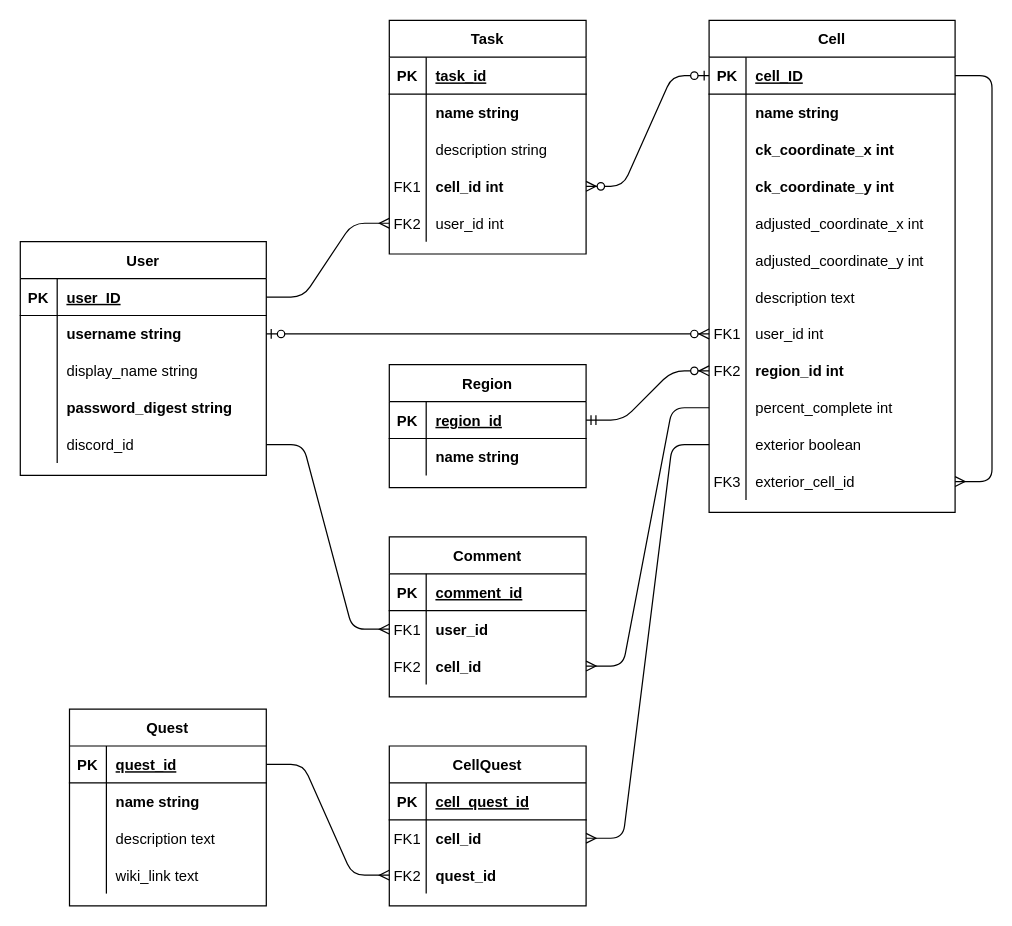
Above: CascadiaCellTracker.drawio in kingsley113/Phase3-Rails-Project-CascadiaCellMate (draw.io), before the change. Source tidied: cells renumbered, new cells numbered last; positions are measured from the earlier drawing's top-left corner, leaving out a move shared by most shapes. Both pictures are drawn from the tidied source at 123%, with x=0, y=0 at pixel (20, 20).
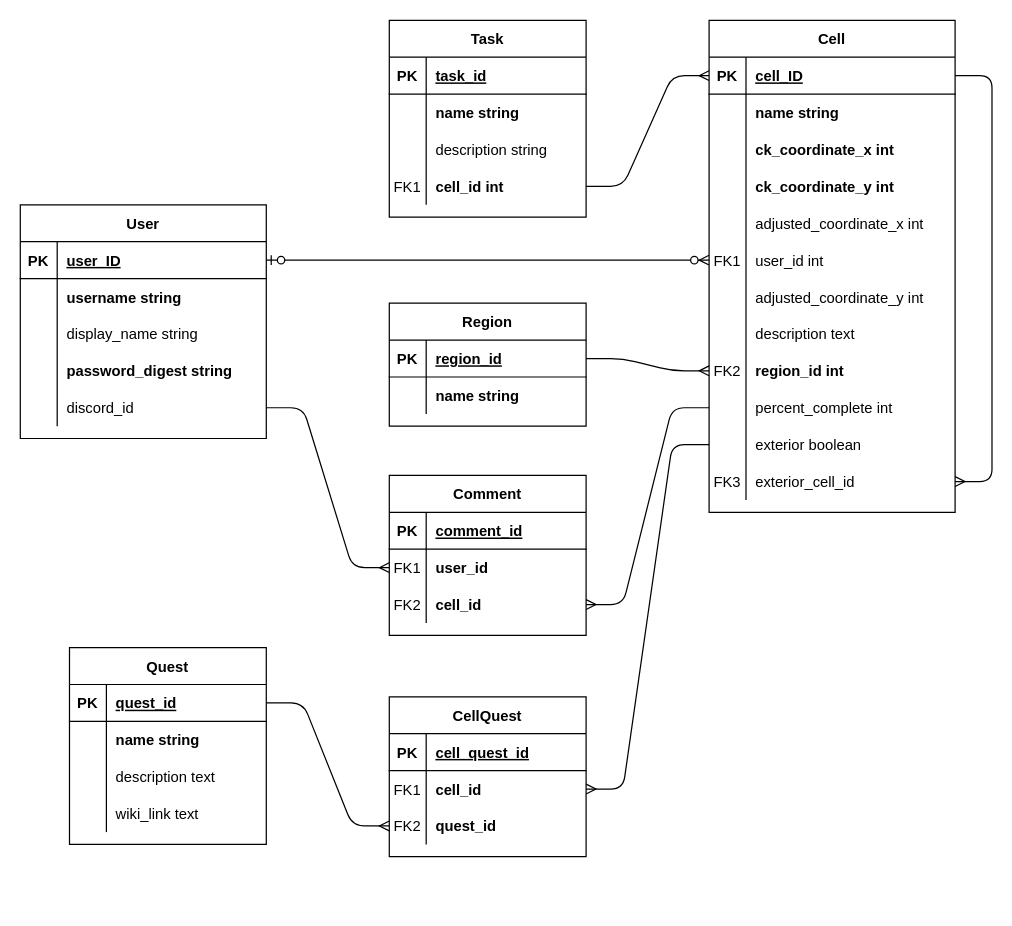
The same page after the edit.

The change refers to these unchanged cells:
```xml
<mxCell id="2" value="Cell" style="shape=table;startSize=30;childLayout=tableLayout;rowLines=0;fontStyle=1;align=center;" parent="1" vertex="1">
  <mxGeometry x="560" width="200" height="400" as="geometry" />
</mxCell>
<mxCell id="3" style="shape=partialRectangle;fillColor=none;points=[[0,0.5],[1,0.5]];portConstraint=eastwest;top=0;left=0;right=0;bottom=1;" parent="2" vertex="1">
  <mxGeometry y="30" width="200" height="30" as="geometry" />
</mxCell>
<mxCell id="27" style="shape=partialRectangle;fillColor=none;points=[[0,0.5],[1,0.5]];portConstraint=eastwest;top=0;left=0;right=0;bottom=0;" parent="2" vertex="1">
  <mxGeometry y="270" width="200" height="30" as="geometry" />
</mxCell>
<mxCell id="54" style="shape=partialRectangle;fillColor=none;points=[[0,0.5],[1,0.5]];portConstraint=eastwest;top=0;left=0;right=0;bottom=1;" parent="53" vertex="1">
  <mxGeometry y="30" width="200" height="30" as="geometry" />
</mxCell>
<mxCell id="57" style="shape=partialRectangle;fillColor=none;points=[[0,0.5],[1,0.5]];portConstraint=eastwest;top=0;left=0;right=0;bottom=0;" parent="53" vertex="1">
  <mxGeometry y="60" width="200" height="30" as="geometry" />
</mxCell>
<mxCell id="79" style="shape=partialRectangle;fillColor=none;points=[[0,0.5],[1,0.5]];portConstraint=eastwest;top=0;left=0;right=0;bottom=0;" parent="69" vertex="1">
  <mxGeometry y="120" width="160" height="30" as="geometry" />
</mxCell>
<mxCell id="96" style="shape=partialRectangle;fillColor=none;points=[[0,0.5],[1,0.5]];portConstraint=eastwest;top=0;left=0;right=0;bottom=1;" parent="95" vertex="1">
  <mxGeometry y="30" width="160" height="30" as="geometry" />
</mxCell>
```

What changed in the source:
```diff
@@
+    <mxCell id="24" style="shape=partialRectangle;fillColor=none;points=[[0,0.5],[1,0.5]];portConstraint=eastwest;top=0;left=0;right=0;bottom=0;" parent="2" vertex="1">
+      <mxGeometry y="180" width="200" height="30" as="geometry" />
+    </mxCell>
+    <mxCell id="25" value="FK1" style="shape=partialRectangle;overflow=hidden;fillColor=none;top=0;left=0;bottom=0;right=0;" parent="24" vertex="1">
+      <mxGeometry width="30" height="30" as="geometry" />
+    </mxCell>
+    <mxCell id="26" value="user_id int" style="shape=partialRectangle;overflow=hidden;fillColor=none;top=0;left=0;bottom=0;right=0;align=left;spacingLeft=6;" parent="24" vertex="1">
+      <mxGeometry x="30" width="170" height="30" as="geometry" />
+    </mxCell>
     <mxCell id="18" style="shape=partialRectangle;fillColor=none;top=0;left=0;right=0;bottom=0;" parent="2" vertex="1">
-      <mxGeometry y="180" width="200" height="30" as="geometry" />
+      <mxGeometry y="210" width="200" height="30" as="geometry" />
     </mxCell>
@@
     <mxCell id="21" style="shape=partialRectangle;fillColor=none;top=0;left=0;right=0;bottom=0;" parent="2" vertex="1">
-      <mxGeometry y="210" width="200" height="30" as="geometry" />
+      <mxGeometry y="240" width="200" height="30" as="geometry" />
     </mxCell>
@@
-    <mxCell id="24" style="shape=partialRectangle;fillColor=none;points=[[0,0.5],[1,0.5]];portConstraint=eastwest;top=0;left=0;right=0;bottom=0;" parent="2" vertex="1">
-      <mxGeometry y="240" width="200" height="30" as="geometry" />
-    </mxCell>
-    <mxCell id="25" value="FK1" style="shape=partialRectangle;overflow=hidden;fillColor=none;top=0;left=0;bottom=0;right=0;" parent="24" vertex="1">
-      <mxGeometry width="30" height="30" as="geometry" />
-    </mxCell>
-    <mxCell id="26" value="user_id int" style="shape=partialRectangle;overflow=hidden;fillColor=none;top=0;left=0;bottom=0;right=0;align=left;spacingLeft=6;" parent="24" vertex="1">
-      <mxGeometry x="30" width="170" height="30" as="geometry" />
-    </mxCell>
@@
     <mxCell id="40" value="Quest" style="shape=table;startSize=30;childLayout=tableLayout;rowLines=0;fontStyle=1;align=center;" parent="1" vertex="1">
-      <mxGeometry x="40" y="560" width="160" height="160" as="geometry" />
+      <mxGeometry x="40" y="510" width="160" height="160" as="geometry" />
     </mxCell>
@@
     <mxCell id="53" value="User" style="shape=table;startSize=30;childLayout=tableLayout;rowLines=0;fontStyle=1;align=center;" parent="1" vertex="1">
-      <mxGeometry y="180" width="200" height="190" as="geometry" />
+      <mxGeometry y="150" width="200" height="190" as="geometry" />
     </mxCell>
@@
     <mxCell id="69" value="Task" style="shape=table;startSize=30;childLayout=tableLayout;rowLines=0;fontStyle=1;align=center;" parent="1" vertex="1">
-      <mxGeometry x="300" width="160" height="190" as="geometry" />
+      <mxGeometry x="300" width="160" height="160" as="geometry" />
     </mxCell>
@@
-    <mxCell id="82" style="shape=partialRectangle;fillColor=none;points=[[0,0.5],[1,0.5]];portConstraint=eastwest;top=0;left=0;right=0;bottom=0;" parent="69" vertex="1">
-      <mxGeometry y="150" width="160" height="30" as="geometry" />
-    </mxCell>
-    <mxCell id="83" value="FK2" style="shape=partialRectangle;overflow=hidden;fillColor=none;top=0;left=0;bottom=0;right=0;" parent="82" vertex="1">
-      <mxGeometry width="30" height="30" as="geometry" />
-    </mxCell>
-    <mxCell id="84" value="user_id int" style="shape=partialRectangle;overflow=hidden;fillColor=none;top=0;left=0;bottom=0;right=0;align=left;spacingLeft=6;" parent="82" vertex="1">
-      <mxGeometry x="30" width="130" height="30" as="geometry" />
-    </mxCell>
     <mxCell id="85" value="Comment" style="shape=table;startSize=30;childLayout=tableLayout;rowLines=0;fontStyle=1;align=center;" parent="1" vertex="1">
-      <mxGeometry x="300" y="420" width="160" height="130" as="geometry" />
+      <mxGeometry x="300" y="370" width="160" height="130" as="geometry" />
     </mxCell>
@@
     <mxCell id="95" value="Region" style="shape=table;startSize=30;childLayout=tableLayout;rowLines=0;fontStyle=1;align=center;" parent="1" vertex="1">
-      <mxGeometry x="300" y="280" width="160" height="100" as="geometry" />
+      <mxGeometry x="300" y="230" width="160" height="100" as="geometry" />
     </mxCell>
@@
-    <mxCell id="102" style="edgeStyle=entityRelationEdgeStyle;fontSize=12;html=1;endArrow=ERzeroToMany;startArrow=ERzeroToOne;endFill=1;startFill=1;" parent="1" edge="1" source="57" target="24">
+    <mxCell id="102" style="edgeStyle=entityRelationEdgeStyle;fontSize=12;html=1;endArrow=ERzeroToMany;startArrow=ERzeroToOne;endFill=1;startFill=1;" parent="1" edge="1" source="54" target="24">
       <mxGeometry relative="1" as="geometry" />
     </mxCell>
-    <mxCell id="103" style="edgeStyle=entityRelationEdgeStyle;fontSize=12;html=1;endArrow=ERzeroToMany;startArrow=ERmandOne;" parent="1" edge="1" source="96" target="27">
-      <mxGeometry relative="1" as="geometry" />
-    </mxCell>
-    <mxCell id="104" style="edgeStyle=entityRelationEdgeStyle;fontSize=12;html=1;endArrow=ERzeroToMany;startArrow=ERzeroToOne;" parent="1" edge="1" source="3" target="79">
-      <mxGeometry relative="1" as="geometry" />
-    </mxCell>
     <mxCell id="105" value="CellQuest" style="shape=table;startSize=30;childLayout=tableLayout;rowLines=0;fontStyle=1;align=center;" parent="1" vertex="1">
-      <mxGeometry x="300" y="590" width="160" height="130" as="geometry" />
+      <mxGeometry x="300" y="550" width="160" height="130" as="geometry" />
     </mxCell>
@@
-    <mxCell id="119" style="edgeStyle=entityRelationEdgeStyle;fontSize=12;html=1;endArrow=ERmany;" parent="1" edge="1" source="54" target="82">
-      <mxGeometry relative="1" as="geometry" />
-    </mxCell>
+    <mxCell id="103" style="edgeStyle=entityRelationEdgeStyle;fontSize=12;html=1;endArrow=ERmany;" parent="1" edge="1" source="96" target="27">
+      <mxGeometry relative="1" as="geometry" />
+    </mxCell>
+    <mxCell id="120" style="edgeStyle=entityRelationEdgeStyle;fontSize=12;html=1;endArrow=ERmany;" parent="1" edge="1" source="79" target="3">
+      <mxGeometry relative="1" as="geometry" />
+    </mxCell>
```
